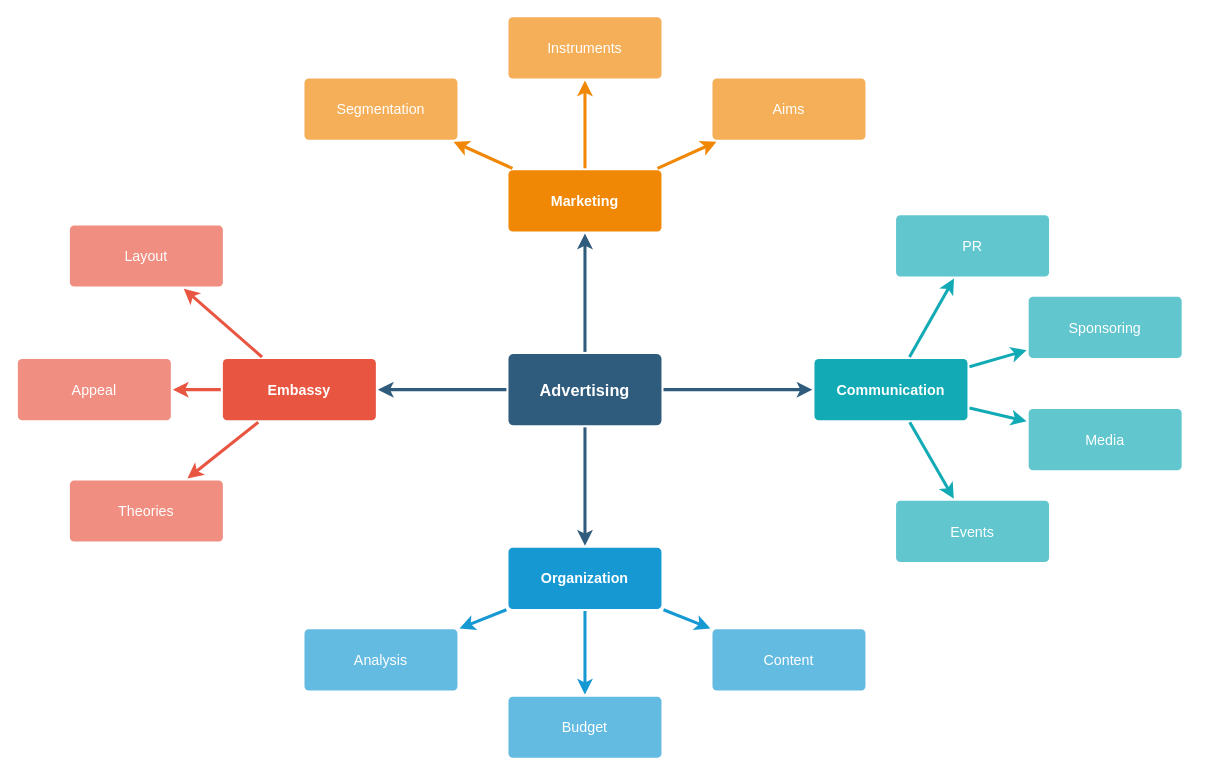
The draw.io diagram Untitled Diagram.drawio in divyashapahuja/hello-world, before the edit. Source tidied: cells renumbered, new cells numbered last; positions are measured from the earlier drawing's top-left corner, leaving out a move shared by most shapes. Both pictures are drawn from the tidied source at 102%, with x=0, y=0 at pixel (17, 16).
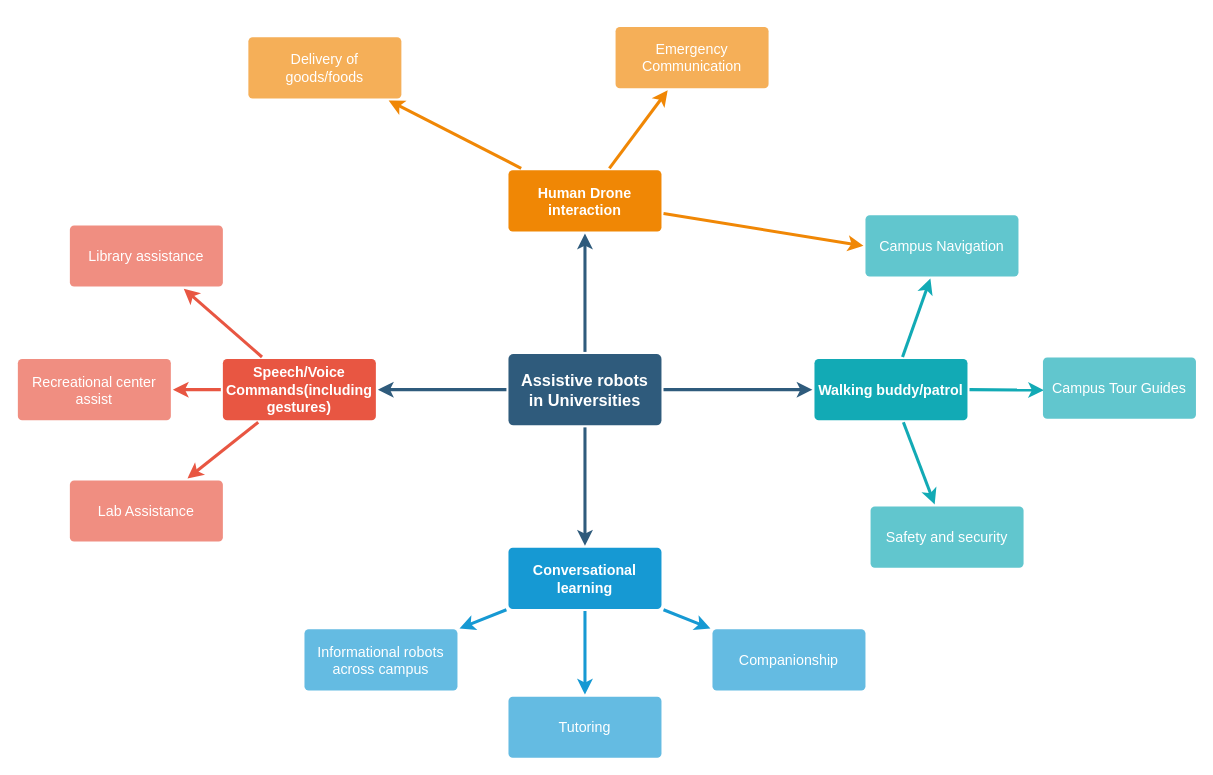
The same page after the edit.

Commit message:
dec tree

Diff of the diagram source:
```diff
@@
-    <mxCell id="6" value="Advertising" style="rounded=1;whiteSpace=wrap;html=1;shadow=0;labelBackgroundColor=none;strokeColor=none;strokeWidth=3;fillColor=#2F5B7C;fontFamily=Helvetica;fontSize=16;fontColor=#FFFFFF;align=center;fontStyle=1;spacing=5;arcSize=7;perimeterSpacing=2;" parent="1" vertex="1">
+    <mxCell id="6" value="&lt;div&gt;&lt;b&gt;Assistive robots in Universities&lt;/b&gt;&lt;/div&gt;" style="rounded=1;whiteSpace=wrap;html=1;shadow=0;labelBackgroundColor=none;strokeColor=none;strokeWidth=3;fillColor=#2F5B7C;fontFamily=Helvetica;fontSize=16;fontColor=#FFFFFF;align=center;fontStyle=1;spacing=5;arcSize=7;perimeterSpacing=2;" parent="1" vertex="1">
       <mxGeometry x="481" y="330.5" width="150" height="70" as="geometry" />
     </mxCell>
@@
-    <mxCell id="10" value="Embassy" style="rounded=1;whiteSpace=wrap;html=1;shadow=0;labelBackgroundColor=none;strokeColor=none;strokeWidth=3;fillColor=#e85642;fontFamily=Helvetica;fontSize=14;fontColor=#FFFFFF;align=center;spacing=5;fontStyle=1;arcSize=7;perimeterSpacing=2;" parent="1" vertex="1">
+    <mxCell id="10" value="&lt;div&gt;Speech/Voice Commands(including gestures)&lt;/div&gt;" style="rounded=1;whiteSpace=wrap;html=1;shadow=0;labelBackgroundColor=none;strokeColor=none;strokeWidth=3;fillColor=#e85642;fontFamily=Helvetica;fontSize=14;fontColor=#FFFFFF;align=center;spacing=5;fontStyle=1;arcSize=7;perimeterSpacing=2;" parent="1" vertex="1">
       <mxGeometry x="201" y="335.5" width="150" height="60" as="geometry" />
     </mxCell>
-    <mxCell id="11" value="Theories" style="rounded=1;whiteSpace=wrap;html=1;shadow=0;labelBackgroundColor=none;strokeColor=none;strokeWidth=3;fillColor=#f08e81;fontFamily=Helvetica;fontSize=14;fontColor=#FFFFFF;align=center;spacing=5;fontStyle=0;arcSize=7;perimeterSpacing=2;" parent="1" vertex="1">
+    <mxCell id="11" value="&lt;div&gt;Lab Assistance&lt;/div&gt;" style="rounded=1;whiteSpace=wrap;html=1;shadow=0;labelBackgroundColor=none;strokeColor=none;strokeWidth=3;fillColor=#f08e81;fontFamily=Helvetica;fontSize=14;fontColor=#FFFFFF;align=center;spacing=5;fontStyle=0;arcSize=7;perimeterSpacing=2;" parent="1" vertex="1">
       <mxGeometry x="51" y="454.5" width="150" height="60" as="geometry" />
     </mxCell>
-    <mxCell id="12" value="Appeal" style="rounded=1;whiteSpace=wrap;html=1;shadow=0;labelBackgroundColor=none;strokeColor=none;strokeWidth=3;fillColor=#f08e81;fontFamily=Helvetica;fontSize=14;fontColor=#FFFFFF;align=center;spacing=5;fontStyle=0;arcSize=7;perimeterSpacing=2;" parent="1" vertex="1">
+    <mxCell id="12" value="Recreational center assist" style="rounded=1;whiteSpace=wrap;html=1;shadow=0;labelBackgroundColor=none;strokeColor=none;strokeWidth=3;fillColor=#f08e81;fontFamily=Helvetica;fontSize=14;fontColor=#FFFFFF;align=center;spacing=5;fontStyle=0;arcSize=7;perimeterSpacing=2;" parent="1" vertex="1">
       <mxGeometry y="335.5" width="150" height="60" as="geometry" />
     </mxCell>
-    <mxCell id="13" value="Layout" style="rounded=1;whiteSpace=wrap;html=1;shadow=0;labelBackgroundColor=none;strokeColor=none;strokeWidth=3;fillColor=#f08e81;fontFamily=Helvetica;fontSize=14;fontColor=#FFFFFF;align=center;spacing=5;fontStyle=0;arcSize=7;perimeterSpacing=2;" parent="1" vertex="1">
+    <mxCell id="13" value="&lt;div&gt;Library assistance&lt;/div&gt;" style="rounded=1;whiteSpace=wrap;html=1;shadow=0;labelBackgroundColor=none;strokeColor=none;strokeWidth=3;fillColor=#f08e81;fontFamily=Helvetica;fontSize=14;fontColor=#FFFFFF;align=center;spacing=5;fontStyle=0;arcSize=7;perimeterSpacing=2;" parent="1" vertex="1">
       <mxGeometry x="51" y="204.5" width="150" height="60" as="geometry" />
     </mxCell>
@@
-    <mxCell id="17" value="Organization" style="rounded=1;whiteSpace=wrap;html=1;shadow=0;labelBackgroundColor=none;strokeColor=none;strokeWidth=3;fillColor=#1699d3;fontFamily=Helvetica;fontSize=14;fontColor=#FFFFFF;align=center;spacing=5;fontStyle=1;arcSize=7;perimeterSpacing=2;" parent="1" vertex="1">
+    <mxCell id="17" value="&lt;div&gt;Conversational learning&lt;/div&gt;" style="rounded=1;whiteSpace=wrap;html=1;shadow=0;labelBackgroundColor=none;strokeColor=none;strokeWidth=3;fillColor=#1699d3;fontFamily=Helvetica;fontSize=14;fontColor=#FFFFFF;align=center;spacing=5;fontStyle=1;arcSize=7;perimeterSpacing=2;" parent="1" vertex="1">
       <mxGeometry x="481" y="520.5" width="150" height="60" as="geometry" />
     </mxCell>
-    <mxCell id="18" value="Content" style="rounded=1;whiteSpace=wrap;html=1;shadow=0;labelBackgroundColor=none;strokeColor=none;strokeWidth=3;fillColor=#64bbe2;fontFamily=Helvetica;fontSize=14;fontColor=#FFFFFF;align=center;spacing=5;arcSize=7;perimeterSpacing=2;" parent="1" vertex="1">
+    <mxCell id="18" value="&lt;table style=&quot;border-color: var(--border-color); width: 101.289px;&quot;&gt;&lt;tbody style=&quot;border-color: var(--border-color);&quot;&gt;&lt;tr style=&quot;border-color: var(--border-color);&quot;&gt;&lt;td style=&quot;border-color: var(--border-color); padding: 0px;&quot;&gt;&lt;div style=&quot;border-color: var(--border-color);&quot;&gt;Companionship&lt;/div&gt;&lt;/td&gt;&lt;/tr&gt;&lt;/tbody&gt;&lt;/table&gt;" style="rounded=1;whiteSpace=wrap;html=1;shadow=0;labelBackgroundColor=none;strokeColor=none;strokeWidth=3;fillColor=#64bbe2;fontFamily=Helvetica;fontSize=14;fontColor=#FFFFFF;align=center;spacing=5;arcSize=7;perimeterSpacing=2;" parent="1" vertex="1">
       <mxGeometry x="681" y="600.5" width="150" height="60" as="geometry" />
     </mxCell>
-    <mxCell id="19" value="Budget" style="rounded=1;whiteSpace=wrap;html=1;shadow=0;labelBackgroundColor=none;strokeColor=none;strokeWidth=3;fillColor=#64bbe2;fontFamily=Helvetica;fontSize=14;fontColor=#FFFFFF;align=center;spacing=5;arcSize=7;perimeterSpacing=2;" parent="1" vertex="1">
+    <mxCell id="19" value="Tutoring" style="rounded=1;whiteSpace=wrap;html=1;shadow=0;labelBackgroundColor=none;strokeColor=none;strokeWidth=3;fillColor=#64bbe2;fontFamily=Helvetica;fontSize=14;fontColor=#FFFFFF;align=center;spacing=5;arcSize=7;perimeterSpacing=2;" parent="1" vertex="1">
       <mxGeometry x="481" y="666.5" width="150" height="60" as="geometry" />
     </mxCell>
-    <mxCell id="20" value="Analysis" style="rounded=1;whiteSpace=wrap;html=1;shadow=0;labelBackgroundColor=none;strokeColor=none;strokeWidth=3;fillColor=#64bbe2;fontFamily=Helvetica;fontSize=14;fontColor=#FFFFFF;align=center;spacing=5;arcSize=7;perimeterSpacing=2;" parent="1" vertex="1">
+    <mxCell id="20" value="Informational robots across campus" style="rounded=1;whiteSpace=wrap;html=1;shadow=0;labelBackgroundColor=none;strokeColor=none;strokeWidth=3;fillColor=#64bbe2;fontFamily=Helvetica;fontSize=14;fontColor=#FFFFFF;align=center;spacing=5;arcSize=7;perimeterSpacing=2;" parent="1" vertex="1">
       <mxGeometry x="281" y="600.5" width="150" height="60" as="geometry" />
     </mxCell>
-    <mxCell id="21" value="Marketing" style="rounded=1;whiteSpace=wrap;html=1;shadow=0;labelBackgroundColor=none;strokeColor=none;strokeWidth=3;fillColor=#F08705;fontFamily=Helvetica;fontSize=14;fontColor=#FFFFFF;align=center;spacing=5;fontStyle=1;arcSize=7;perimeterSpacing=2;" parent="1" vertex="1">
+    <mxCell id="21" value="&lt;div&gt;Human Drone interaction&lt;/div&gt;" style="rounded=1;whiteSpace=wrap;html=1;shadow=0;labelBackgroundColor=none;strokeColor=none;strokeWidth=3;fillColor=#F08705;fontFamily=Helvetica;fontSize=14;fontColor=#FFFFFF;align=center;spacing=5;fontStyle=1;arcSize=7;perimeterSpacing=2;" parent="1" vertex="1">
       <mxGeometry x="481" y="150.5" width="150" height="60" as="geometry" />
     </mxCell>
-    <mxCell id="22" value="Aims&lt;br&gt;" style="rounded=1;whiteSpace=wrap;html=1;shadow=0;labelBackgroundColor=none;strokeColor=none;strokeWidth=3;fillColor=#f5af58;fontFamily=Helvetica;fontSize=14;fontColor=#FFFFFF;align=center;spacing=5;arcSize=7;perimeterSpacing=2;" parent="1" vertex="1">
-      <mxGeometry x="681" y="60.5" width="150" height="60" as="geometry" />
-    </mxCell>
-    <mxCell id="23" style="edgeStyle=none;rounded=0;jumpStyle=none;html=1;shadow=0;labelBackgroundColor=none;startArrow=none;startFill=0;endArrow=classic;endFill=1;jettySize=auto;strokeColor=#F08705;strokeWidth=3;fontFamily=Helvetica;fontSize=14;fontColor=#FFFFFF;spacing=5;" parent="1" edge="1" source="21" target="22">
+    <mxCell id="23" style="edgeStyle=none;rounded=0;jumpStyle=none;html=1;shadow=0;labelBackgroundColor=none;startArrow=none;startFill=0;endArrow=classic;endFill=1;jettySize=auto;strokeColor=#F08705;strokeWidth=3;fontFamily=Helvetica;fontSize=14;fontColor=#FFFFFF;spacing=5;entryX=0;entryY=0.5;entryDx=0;entryDy=0;" parent="1" edge="1" source="21" target="35">
       <mxGeometry relative="1" as="geometry" />
     </mxCell>
-    <mxCell id="24" value="Instruments" style="rounded=1;whiteSpace=wrap;html=1;shadow=0;labelBackgroundColor=none;strokeColor=none;strokeWidth=3;fillColor=#f5af58;fontFamily=Helvetica;fontSize=14;fontColor=#FFFFFF;align=center;spacing=5;arcSize=7;perimeterSpacing=2;" parent="1" vertex="1">
-      <mxGeometry x="481" y="0.5" width="150" height="60" as="geometry" />
+    <mxCell id="24" value="&lt;div&gt;Delivery of goods/foods&lt;/div&gt;" style="rounded=1;whiteSpace=wrap;html=1;shadow=0;labelBackgroundColor=none;strokeColor=none;strokeWidth=3;fillColor=#f5af58;fontFamily=Helvetica;fontSize=14;fontColor=#FFFFFF;align=center;spacing=5;arcSize=7;perimeterSpacing=2;" parent="1" vertex="1">
+      <mxGeometry x="226" y="20" width="150" height="60" as="geometry" />
     </mxCell>
@@
-    <mxCell id="26" value="Segmentation" style="rounded=1;whiteSpace=wrap;html=1;shadow=0;labelBackgroundColor=none;strokeColor=none;strokeWidth=3;fillColor=#f5af58;fontFamily=Helvetica;fontSize=14;fontColor=#FFFFFF;align=center;spacing=5;arcSize=7;perimeterSpacing=2;" parent="1" vertex="1">
-      <mxGeometry x="281" y="60.5" width="150" height="60" as="geometry" />
+    <mxCell id="26" value="Emergency Communication" style="rounded=1;whiteSpace=wrap;html=1;shadow=0;labelBackgroundColor=none;strokeColor=none;strokeWidth=3;fillColor=#f5af58;fontFamily=Helvetica;fontSize=14;fontColor=#FFFFFF;align=center;spacing=5;arcSize=7;perimeterSpacing=2;" parent="1" vertex="1">
+      <mxGeometry x="586" y="10" width="150" height="60" as="geometry" />
     </mxCell>
@@
-    <mxCell id="28" value="Communication" style="rounded=1;whiteSpace=wrap;html=1;shadow=0;labelBackgroundColor=none;strokeColor=none;strokeWidth=3;fillColor=#12aab5;fontFamily=Helvetica;fontSize=14;fontColor=#FFFFFF;align=center;spacing=5;fontStyle=1;arcSize=7;perimeterSpacing=2;" parent="1" vertex="1">
+    <mxCell id="28" value="Walking buddy/patrol" style="rounded=1;whiteSpace=wrap;html=1;shadow=0;labelBackgroundColor=none;strokeColor=none;strokeWidth=3;fillColor=#12aab5;fontFamily=Helvetica;fontSize=14;fontColor=#FFFFFF;align=center;spacing=5;fontStyle=1;arcSize=7;perimeterSpacing=2;" parent="1" vertex="1">
       <mxGeometry x="781" y="335.5" width="150" height="60" as="geometry" />
     </mxCell>
-    <mxCell id="29" value="Events" style="rounded=1;whiteSpace=wrap;html=1;shadow=0;labelBackgroundColor=none;strokeColor=none;strokeWidth=3;fillColor=#61c6ce;fontFamily=Helvetica;fontSize=14;fontColor=#FFFFFF;align=center;spacing=5;fontStyle=0;arcSize=7;perimeterSpacing=2;" parent="1" vertex="1">
-      <mxGeometry x="861" y="474.5" width="150" height="60" as="geometry" />
-    </mxCell>
-    <mxCell id="30" style="edgeStyle=none;rounded=1;jumpStyle=none;html=1;shadow=0;labelBackgroundColor=none;startArrow=none;startFill=0;jettySize=auto;strokeColor=#12AAB5;strokeWidth=3;fontFamily=Helvetica;fontSize=14;fontColor=#FFFFFF;spacing=5;fontStyle=1;fillColor=#b0e3e6;" parent="1" edge="1" source="28" target="29">
-      <mxGeometry relative="1" as="geometry" />
-    </mxCell>
-    <mxCell id="31" value="Media" style="rounded=1;whiteSpace=wrap;html=1;shadow=0;labelBackgroundColor=none;strokeColor=none;strokeWidth=3;fillColor=#61c6ce;fontFamily=Helvetica;fontSize=14;fontColor=#FFFFFF;align=center;spacing=5;fontStyle=0;arcSize=7;perimeterSpacing=2;" parent="1" vertex="1">
-      <mxGeometry x="991" y="384.5" width="150" height="60" as="geometry" />
-    </mxCell>
-    <mxCell id="32" style="edgeStyle=none;rounded=1;jumpStyle=none;html=1;shadow=0;labelBackgroundColor=none;startArrow=none;startFill=0;jettySize=auto;strokeColor=#12AAB5;strokeWidth=3;fontFamily=Helvetica;fontSize=14;fontColor=#FFFFFF;spacing=5;fontStyle=1;fillColor=#b0e3e6;" parent="1" edge="1" source="28" target="31">
-      <mxGeometry relative="1" as="geometry" />
-    </mxCell>
-    <mxCell id="33" value="Sponsoring" style="rounded=1;whiteSpace=wrap;html=1;shadow=0;labelBackgroundColor=none;strokeColor=none;strokeWidth=3;fillColor=#61c6ce;fontFamily=Helvetica;fontSize=14;fontColor=#FFFFFF;align=center;spacing=5;fontStyle=0;arcSize=7;perimeterSpacing=2;" parent="1" vertex="1">
-      <mxGeometry x="991" y="274.5" width="150" height="60" as="geometry" />
+    <mxCell id="33" value="&lt;div&gt;Safety and security&lt;/div&gt;" style="rounded=1;whiteSpace=wrap;html=1;shadow=0;labelBackgroundColor=none;strokeColor=none;strokeWidth=3;fillColor=#61c6ce;fontFamily=Helvetica;fontSize=14;fontColor=#FFFFFF;align=center;spacing=5;fontStyle=0;arcSize=7;perimeterSpacing=2;" parent="1" vertex="1">
+      <mxGeometry x="836" y="480" width="150" height="60" as="geometry" />
     </mxCell>
@@
-    <mxCell id="35" value="PR" style="rounded=1;whiteSpace=wrap;html=1;shadow=0;labelBackgroundColor=none;strokeColor=none;strokeWidth=3;fillColor=#61c6ce;fontFamily=Helvetica;fontSize=14;fontColor=#FFFFFF;align=center;spacing=5;fontStyle=0;arcSize=7;perimeterSpacing=2;" parent="1" vertex="1">
-      <mxGeometry x="861" y="194.5" width="150" height="60" as="geometry" />
+    <mxCell id="35" value="&lt;div&gt;Campus Navigation&lt;/div&gt;" style="rounded=1;whiteSpace=wrap;html=1;shadow=0;labelBackgroundColor=none;strokeColor=none;strokeWidth=3;fillColor=#61c6ce;fontFamily=Helvetica;fontSize=14;fontColor=#FFFFFF;align=center;spacing=5;fontStyle=0;arcSize=7;perimeterSpacing=2;" parent="1" vertex="1">
+      <mxGeometry x="831" y="194.5" width="150" height="60" as="geometry" />
     </mxCell>
@@
+    <mxCell id="37" style="edgeStyle=none;rounded=1;jumpStyle=none;html=1;shadow=0;labelBackgroundColor=none;startArrow=none;startFill=0;jettySize=auto;strokeColor=#12AAB5;strokeWidth=3;fontFamily=Helvetica;fontSize=14;fontColor=#FFFFFF;spacing=5;fontStyle=1;fillColor=#b0e3e6;exitX=1;exitY=0.5;exitDx=0;exitDy=0;" parent="1" edge="1" source="28">
+      <mxGeometry relative="1" as="geometry">
+        <mxPoint x="1006" y="366" as="targetPoint" />
+      </mxGeometry>
+    </mxCell>
+    <mxCell id="38" value="Campus Tour Guides" style="rounded=1;whiteSpace=wrap;html=1;shadow=0;labelBackgroundColor=none;strokeColor=none;strokeWidth=3;fillColor=#61c6ce;fontFamily=Helvetica;fontSize=14;fontColor=#FFFFFF;align=center;spacing=5;fontStyle=0;arcSize=7;perimeterSpacing=2;" parent="1" vertex="1">
+      <mxGeometry x="1005" y="334" width="150" height="60" as="geometry" />
+    </mxCell>
```
